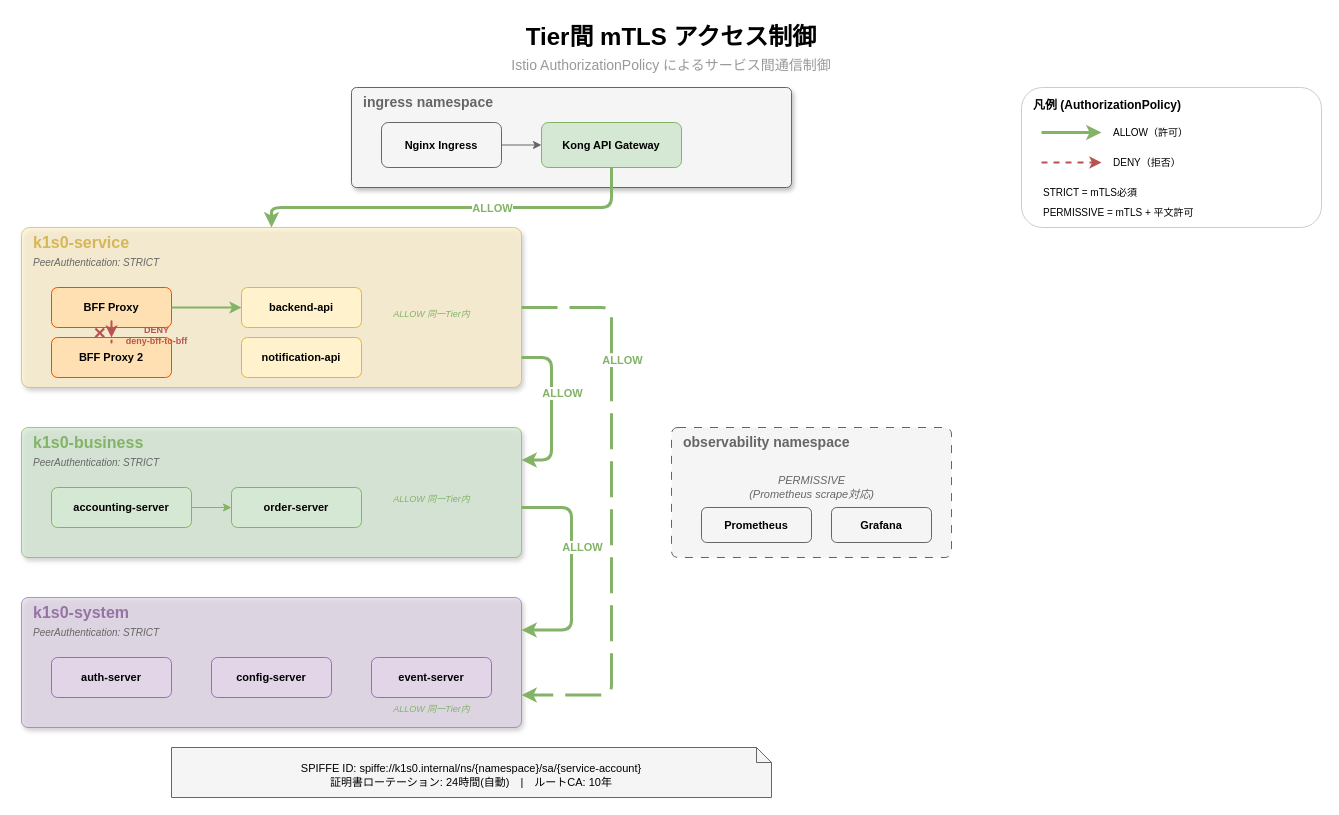
RyuheiKiso/k1s0 keeps this draw.io diagram as docs/architecture/auth/images/service-auth-mtls-tiers.drawio. Above is the earlier version. Source tidied: cells renumbered, new cells numbered last; positions are measured from the earlier drawing's top-left corner, leaving out a move shared by most shapes. Both pictures are drawn from the tidied source at 100%, with x=0, y=0 at pixel (21, 17).
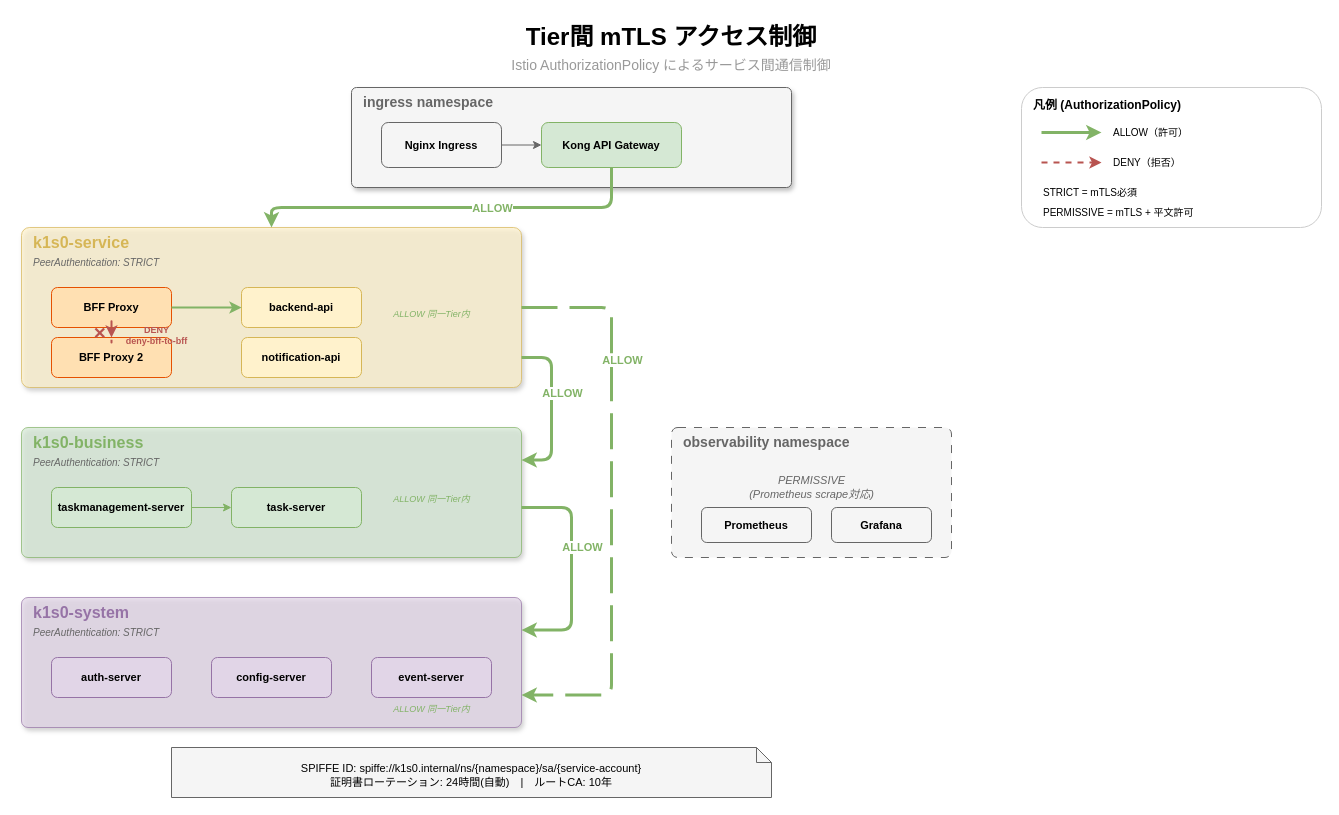
Above is the later version.

Change to the diagram source:
```diff
@@
-    <mxCell id="24" value="accounting-server" style="rounded=1;whiteSpace=wrap;html=1;fillColor=#D5E8D4;strokeColor=#82B366;fontSize=11;fontStyle=1;" parent="1" vertex="1">
-      <mxGeometry x="30" y="470" width="140" height="40" as="geometry" />
-    </mxCell>
-    <mxCell id="25" value="order-server" style="rounded=1;whiteSpace=wrap;html=1;fillColor=#D5E8D4;strokeColor=#82B366;fontSize=11;fontStyle=1;" parent="1" vertex="1">
-      <mxGeometry x="210" y="470" width="130" height="40" as="geometry" />
-    </mxCell>
+    <mxCell id="57" value="taskmanagement-server" style="rounded=1;whiteSpace=wrap;html=1;fillColor=#D5E8D4;strokeColor=#82B366;fontSize=11;fontStyle=1;" parent="1" vertex="1">
+      <mxGeometry x="30" y="470" width="140" height="40" as="geometry" />
+    </mxCell>
+    <mxCell id="58" value="task-server" style="rounded=1;whiteSpace=wrap;html=1;fillColor=#D5E8D4;strokeColor=#82B366;fontSize=11;fontStyle=1;" parent="1" vertex="1">
+      <mxGeometry x="210" y="470" width="130" height="40" as="geometry" />
+    </mxCell>
@@
-    <mxCell id="27" style="edgeStyle=orthogonalEdgeStyle;rounded=1;jettySize=auto;html=1;strokeWidth=1;strokeColor=#82B366;" parent="1" edge="1" source="24" target="25">
+    <mxCell id="27" style="edgeStyle=orthogonalEdgeStyle;rounded=1;jettySize=auto;html=1;strokeWidth=1;strokeColor=#82B366;" parent="1" edge="1" source="57" target="58">
       <mxGeometry relative="1" as="geometry" />
     </mxCell>
```
